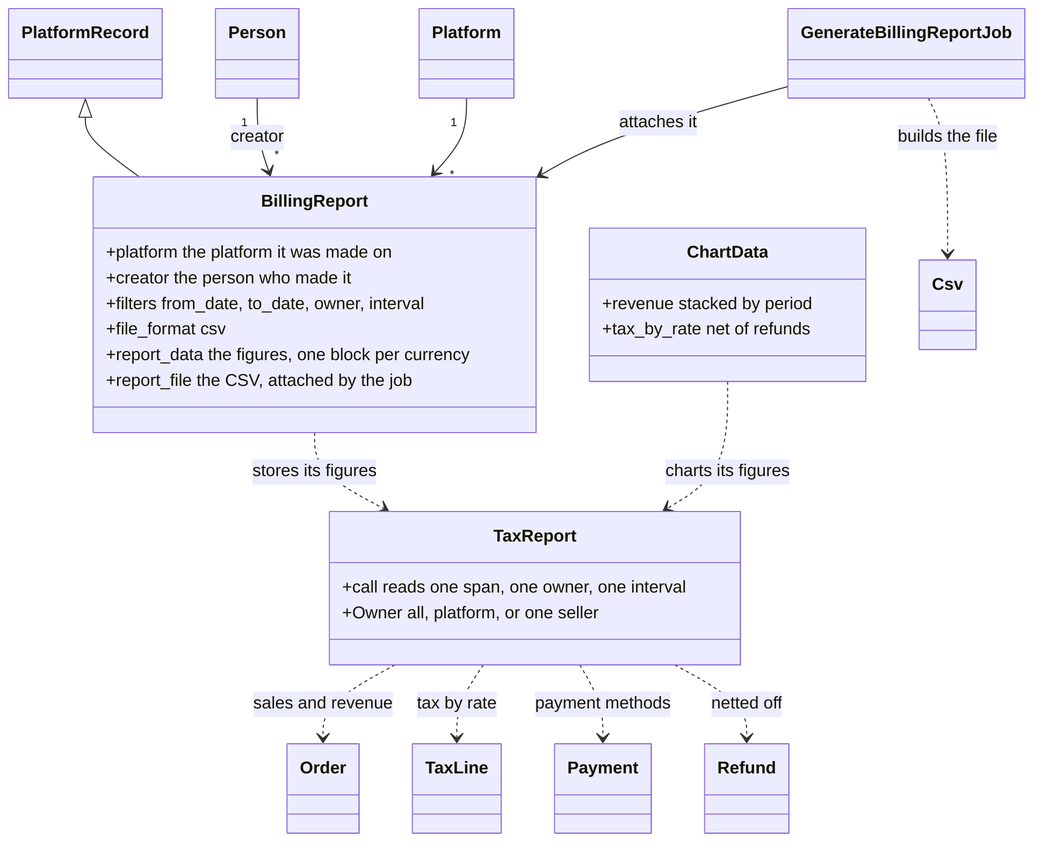
better-together-org/community-engine-rails keeps this Mermaid diagram as docs/diagrams/exports/png/billing_tax_report_model.png. Above is the earlier version. Its source is kept beside it as docs/diagrams/source/billing_tax_report_model.mmd.
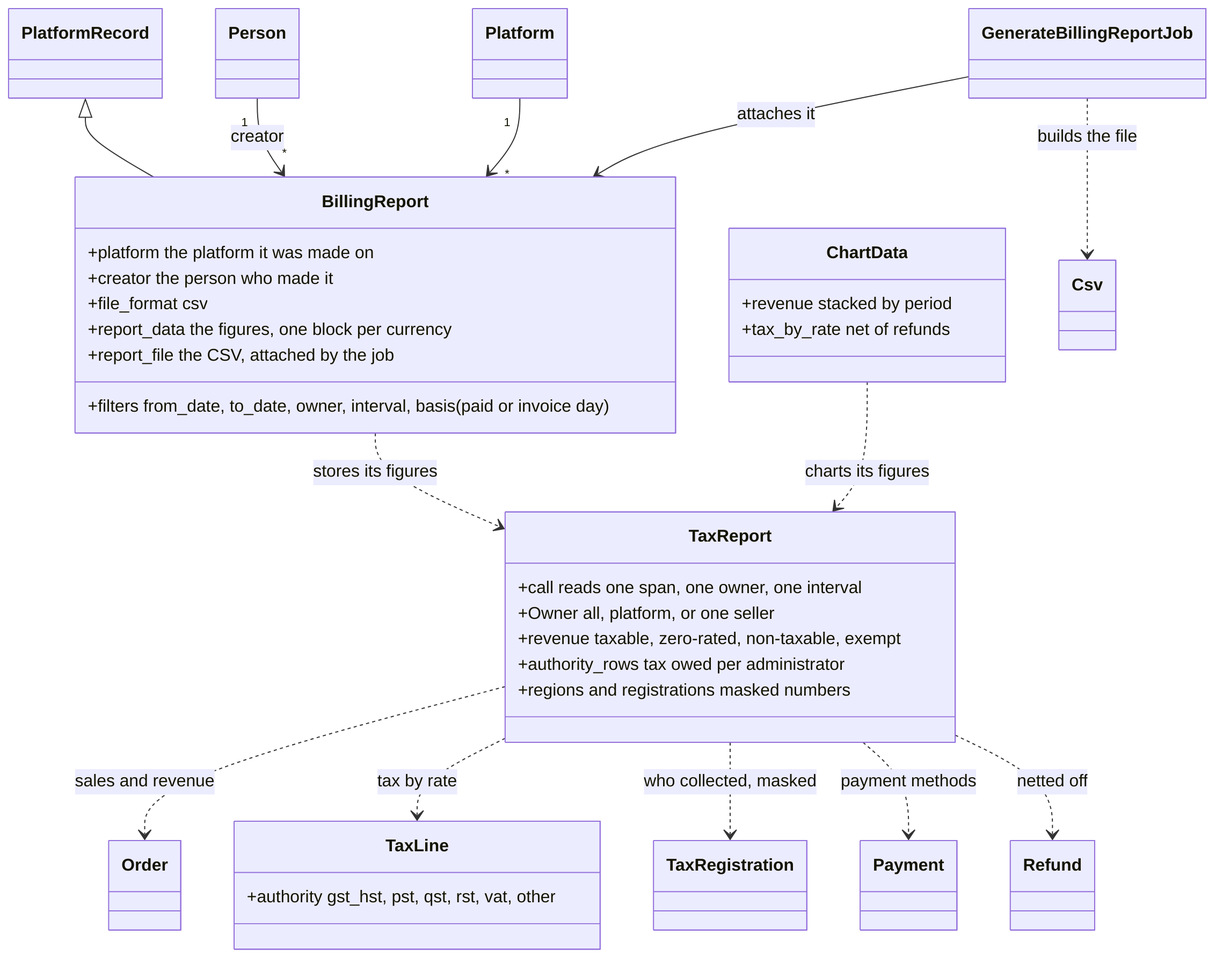
The same file after the commit.

What changed in the source:
```diff
@@ -3,7 +3,7 @@
   class BillingReport {
     +platform  the platform it was made on
     +creator  the person who made it
-    +filters  from_date, to_date, owner, interval
+    +filters  from_date, to_date, owner, interval, basis (paid or invoice day)
     +file_format  csv
     +report_data  the figures, one block per currency
     +report_file  the CSV, attached by the job
@@ -11,6 +11,9 @@
   class TaxReport {
     +call  reads one span, one owner, one interval
     +Owner  all, platform, or one seller
+    +revenue  taxable, zero-rated, non-taxable, exempt
+    +authority_rows  tax owed per administrator
+    +regions and registrations  masked numbers
   }
   class ChartData {
     +revenue  stacked by period
@@ -19,7 +22,10 @@
   class Csv
   class GenerateBillingReportJob
   class Order
-  class TaxLine
+  class TaxLine {
+    +authority  gst_hst, pst, qst, rst, vat, other
+  }
+  class TaxRegistration
   class Payment
   class Refund
   PlatformRecord <|-- BillingReport
@@ -31,5 +37,6 @@
   ChartData ..> TaxReport : charts its figures
   TaxReport ..> Order : sales and revenue
   TaxReport ..> TaxLine : tax by rate
+  TaxReport ..> TaxRegistration : who collected, masked
   TaxReport ..> Payment : payment methods
   TaxReport ..> Refund : netted off
```
